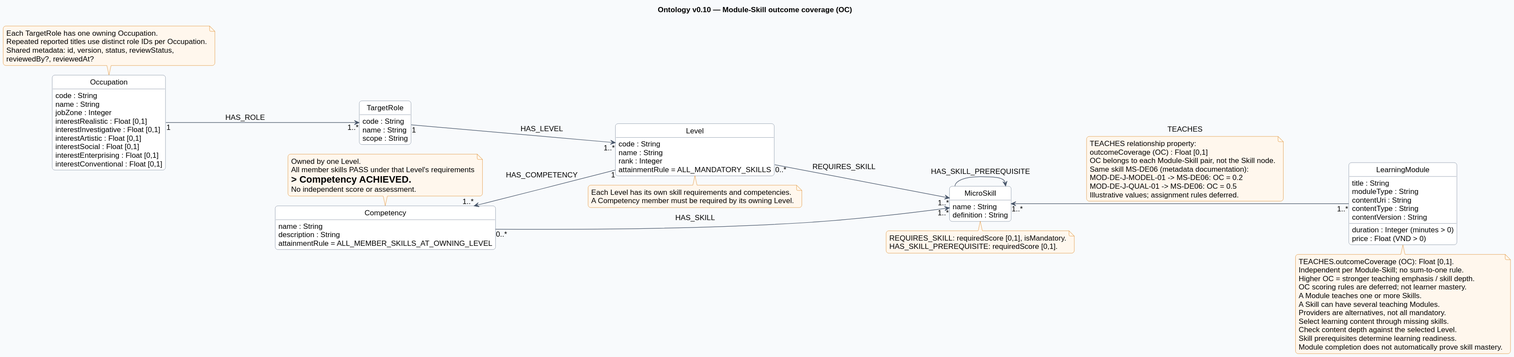
Before: documents/diagrams/neo4j.svg, a diagram exported from PlantUML (SEP490-Fall-2026-GFA26SE64/SEP490).
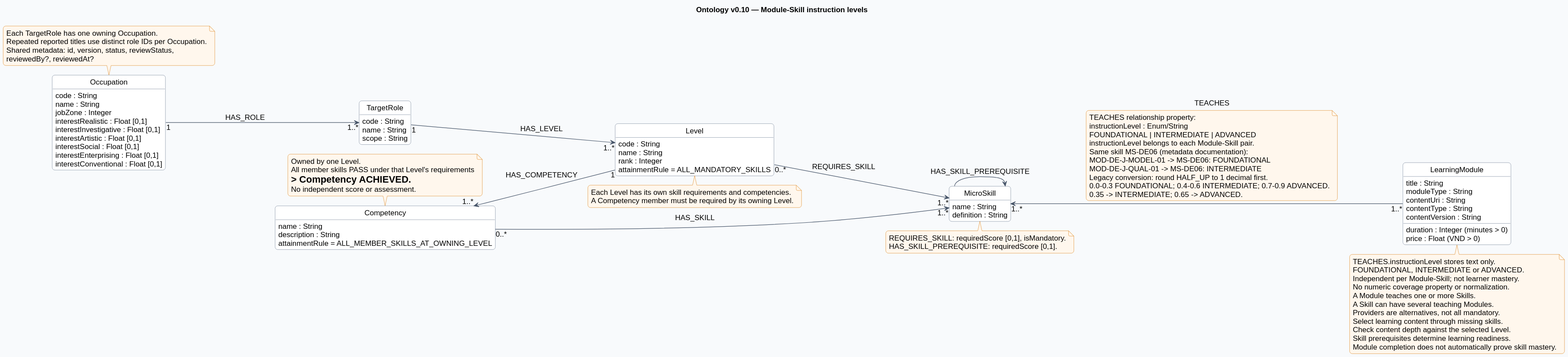
After the change.

Change to the diagram source:
```diff
@@ -14,7 +14,7 @@
 skinparam noteBorderColor #D97706
 skinparam defaultFontName Arial
 skinparam defaultFontSize 14
-title Ontology v0.10 — Module-Skill outcome coverage (OC)
+title Ontology v0.10 — Module-Skill instruction levels
 class Occupation {
  code : String
  name : String
@@ -63,12 +63,15 @@
 LearningModule "1..*" -up-> "1..*" MicroSkill : TEACHES
 note on link
 TEACHES relationship property:
-outcomeCoverage (OC) : Float [0,1]
-OC belongs to each Module-Skill pair, not the Skill node.
+instructionLevel : Enum/String
+FOUNDATIONAL | INTERMEDIATE | ADVANCED
+instructionLevel belongs to each Module-Skill pair.
 Same skill MS-DE06 (metadata documentation):
-MOD-DE-J-MODEL-01 -> MS-DE06: OC = 0.2
-MOD-DE-J-QUAL-01 -> MS-DE06: OC = 0.5
-Illustrative values; assignment rules deferred.
+MOD-DE-J-MODEL-01 -> MS-DE06: FOUNDATIONAL
+MOD-DE-J-QUAL-01 -> MS-DE06: INTERMEDIATE
+Legacy conversion: round HALF_UP to 1 decimal first.
+0.0-0.3 FOUNDATIONAL; 0.4-0.6 INTERMEDIATE; 0.7-0.9 ADVANCED.
+0.35 -> INTERMEDIATE; 0.65 -> ADVANCED.
 end note
 MicroSkill --> MicroSkill : HAS_SKILL_PREREQUISITE
 note bottom of MicroSkill
@@ -86,10 +89,10 @@
 A Competency member must be required by its owning Level.
 end note
 note bottom of LearningModule
-TEACHES.outcomeCoverage (OC): Float [0,1].
-Independent per Module-Skill; no sum-to-one rule.
-Higher OC = stronger teaching emphasis / skill depth.
-OC scoring rules are deferred; not learner mastery.
+TEACHES.instructionLevel stores text only.
+FOUNDATIONAL, INTERMEDIATE or ADVANCED.
+Independent per Module-Skill; not learner mastery.
+No numeric coverage property or normalization.
 A Module teaches one or more Skills.
 A Skill can have several teaching Modules.
 Providers are alternatives, not all mandatory.
```
